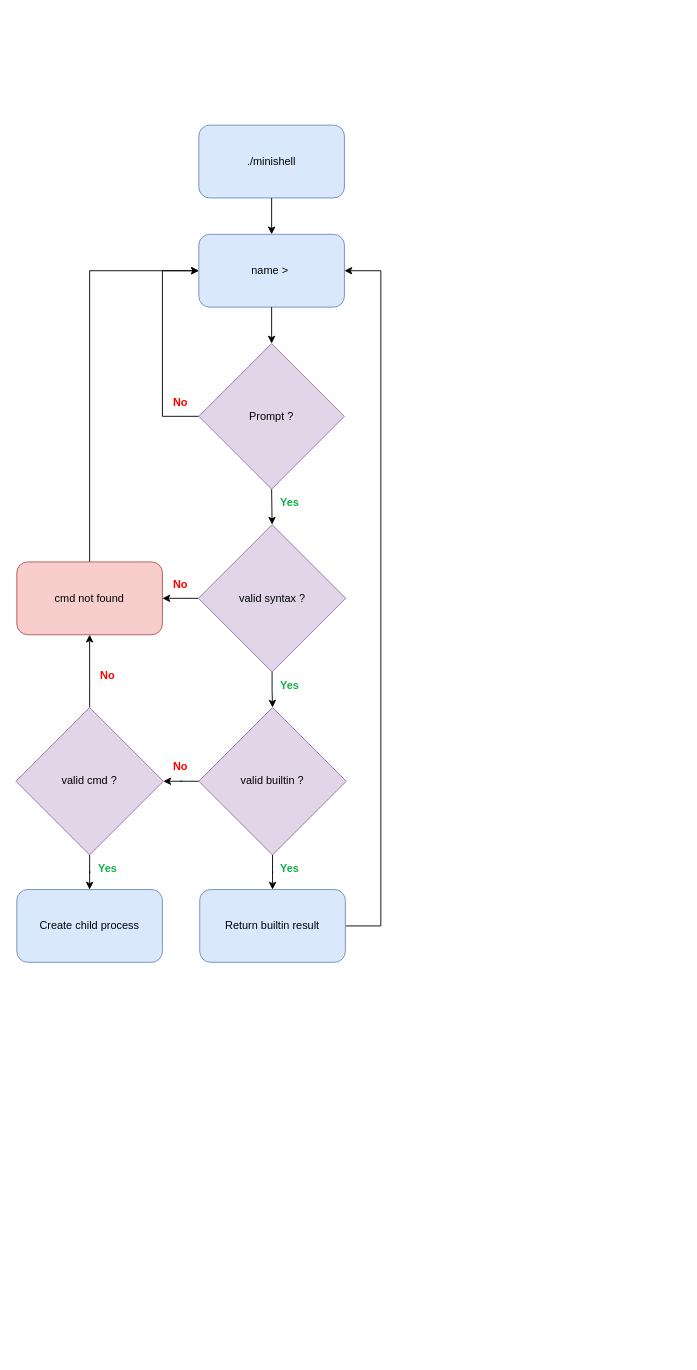
Above: minishell.drawio in JNTHNN/Minishell (draw.io), before the change. Source tidied: cells renumbered, new cells numbered last; positions are measured from the earlier drawing's top-left corner, leaving out a move shared by most shapes. Both pictures are drawn from the tidied source at 91%, with x=0, y=0 at pixel (15, 125).
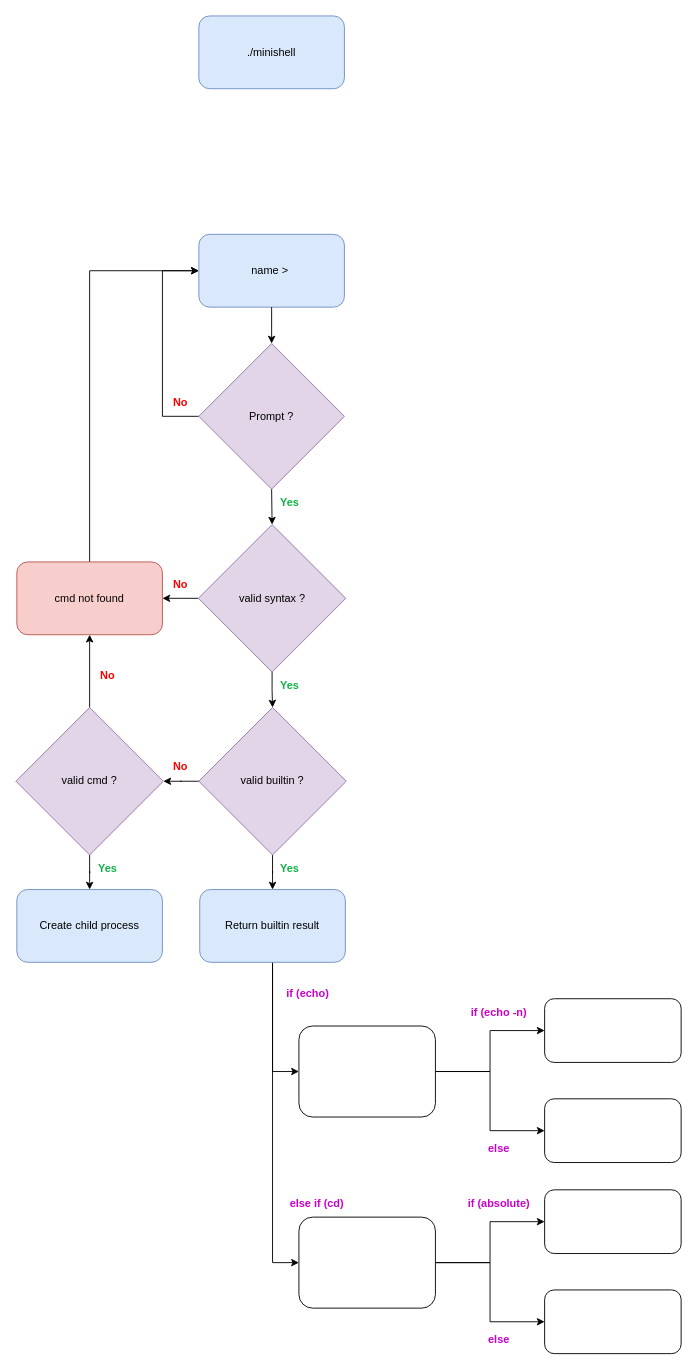
Above is the later version.

Unchanged cells that the change refers to:
```xml
<mxCell id="3" value="name &amp;gt;&amp;nbsp;" style="rounded=1;whiteSpace=wrap;html=1;fillColor=#dae8fc;strokeColor=#6c8ebf;" parent="1" vertex="1">
  <mxGeometry x="201" y="120" width="160" height="80" as="geometry" />
</mxCell>
<mxCell id="29" value="Return builtin result" style="rounded=1;whiteSpace=wrap;html=1;fillColor=#dae8fc;strokeColor=#6c8ebf;" parent="1" vertex="1">
  <mxGeometry x="202" y="840" width="160" height="80" as="geometry" />
</mxCell>
```

Change to the diagram source:
```diff
@@
     <mxCell id="2" value="./minishell" style="rounded=1;whiteSpace=wrap;html=1;fillColor=#dae8fc;strokeColor=#6c8ebf;" parent="1" vertex="1">
-      <mxGeometry x="201" width="160" height="80" as="geometry" />
+      <mxGeometry x="201" y="-120" width="160" height="80" as="geometry" />
     </mxCell>
@@
-    <mxCell id="4" style="edgeStyle=orthogonalEdgeStyle;rounded=0;jettySize=auto;html=1;exitX=0.5;exitY=1;exitDx=0;exitDy=0;entryX=0.5;entryY=0;entryDx=0;entryDy=0;" parent="1" edge="1" source="2" target="3">
-      <mxGeometry relative="1" as="geometry" />
-    </mxCell>
@@
-    <mxCell id="28" style="edgeStyle=orthogonalEdgeStyle;rounded=0;jettySize=auto;html=1;entryX=1;entryY=0.5;entryDx=0;entryDy=0;" parent="1" edge="1" source="29" target="3">
-      <mxGeometry relative="1" as="geometry">
-        <Array as="points">
-          <mxPoint x="401" y="880" />
-          <mxPoint x="401" y="160" />
-        </Array>
-      </mxGeometry>
-    </mxCell>
+    <mxCell id="31" style="edgeStyle=orthogonalEdgeStyle;rounded=0;jettySize=auto;html=1;entryX=0;entryY=0.5;entryDx=0;entryDy=0;" parent="1" edge="1" source="29" target="35">
+      <mxGeometry relative="1" as="geometry" />
+    </mxCell>
+    <mxCell id="32" style="edgeStyle=orthogonalEdgeStyle;rounded=0;jettySize=auto;html=1;exitX=0.5;exitY=1;exitDx=0;exitDy=0;entryX=0;entryY=0.5;entryDx=0;entryDy=0;" parent="1" edge="1" source="29" target="43">
+      <mxGeometry relative="1" as="geometry" />
+    </mxCell>
@@
+    <mxCell id="33" style="edgeStyle=orthogonalEdgeStyle;rounded=0;jettySize=auto;html=1;entryX=0;entryY=0.5;entryDx=0;entryDy=0;" parent="1" edge="1" source="35" target="37">
+      <mxGeometry relative="1" as="geometry" />
+    </mxCell>
+    <mxCell id="34" style="edgeStyle=orthogonalEdgeStyle;rounded=0;jettySize=auto;html=1;exitX=1;exitY=0.5;exitDx=0;exitDy=0;entryX=0;entryY=0.5;entryDx=0;entryDy=0;" parent="1" edge="1" source="35" target="38">
+      <mxGeometry relative="1" as="geometry" />
+    </mxCell>
+    <mxCell id="35" style="rounded=1;whiteSpace=wrap;html=1;" parent="1" vertex="1">
+      <mxGeometry x="311" y="990" width="150" height="100" as="geometry" />
+    </mxCell>
+    <mxCell id="36" value="&lt;font color=&quot;#cc00cc&quot;&gt;if (echo)&lt;/font&gt;" style="text;html=1;align=center;verticalAlign=middle;whiteSpace=wrap;rounded=0;fontStyle=1;fontColor=#10b146;" parent="1" vertex="1">
+      <mxGeometry x="291" y="940" width="60" height="30" as="geometry" />
+    </mxCell>
+    <mxCell id="37" style="rounded=1;whiteSpace=wrap;html=1;" parent="1" vertex="1">
+      <mxGeometry x="581" y="960" width="150" height="70" as="geometry" />
+    </mxCell>
+    <mxCell id="38" style="rounded=1;whiteSpace=wrap;html=1;" parent="1" vertex="1">
+      <mxGeometry x="581" y="1070" width="150" height="70" as="geometry" />
+    </mxCell>
+    <mxCell id="39" value="&lt;font color=&quot;#cc00cc&quot;&gt;if (echo -n)&lt;/font&gt;" style="text;html=1;align=center;verticalAlign=middle;whiteSpace=wrap;rounded=0;fontStyle=1;fontColor=#10b146;" parent="1" vertex="1">
+      <mxGeometry x="491" y="960" width="80" height="30" as="geometry" />
+    </mxCell>
+    <mxCell id="40" value="&lt;font color=&quot;#cc00cc&quot;&gt;else&lt;/font&gt;" style="text;html=1;align=center;verticalAlign=middle;whiteSpace=wrap;rounded=0;fontStyle=1;fontColor=#10b146;" parent="1" vertex="1">
+      <mxGeometry x="491" y="1110" width="80" height="30" as="geometry" />
+    </mxCell>
+    <mxCell id="41" style="edgeStyle=orthogonalEdgeStyle;rounded=0;jettySize=auto;html=1;" parent="1" edge="1" source="43" target="45">
+      <mxGeometry relative="1" as="geometry" />
+    </mxCell>
+    <mxCell id="42" style="edgeStyle=orthogonalEdgeStyle;rounded=0;jettySize=auto;html=1;exitX=1;exitY=0.5;exitDx=0;exitDy=0;entryX=0;entryY=0.5;entryDx=0;entryDy=0;" parent="1" edge="1" source="43" target="46">
+      <mxGeometry relative="1" as="geometry" />
+    </mxCell>
+    <mxCell id="43" style="rounded=1;whiteSpace=wrap;html=1;" parent="1" vertex="1">
+      <mxGeometry x="311" y="1200" width="150" height="100" as="geometry" />
+    </mxCell>
+    <mxCell id="44" value="&lt;font color=&quot;#cc00cc&quot;&gt;else if (cd)&lt;/font&gt;" style="text;html=1;align=center;verticalAlign=middle;whiteSpace=wrap;rounded=0;fontStyle=1;fontColor=#10b146;" parent="1" vertex="1">
+      <mxGeometry x="291" y="1170" width="80" height="30" as="geometry" />
+    </mxCell>
+    <mxCell id="45" style="rounded=1;whiteSpace=wrap;html=1;" parent="1" vertex="1">
+      <mxGeometry x="581" y="1170" width="150" height="70" as="geometry" />
+    </mxCell>
+    <mxCell id="46" style="rounded=1;whiteSpace=wrap;html=1;" parent="1" vertex="1">
+      <mxGeometry x="581" y="1280" width="150" height="70" as="geometry" />
+    </mxCell>
+    <mxCell id="47" value="&lt;font color=&quot;#cc00cc&quot;&gt;if (absolute)&lt;/font&gt;" style="text;html=1;align=center;verticalAlign=middle;whiteSpace=wrap;rounded=0;fontStyle=1;fontColor=#10b146;" parent="1" vertex="1">
+      <mxGeometry x="491" y="1170" width="80" height="30" as="geometry" />
+    </mxCell>
+    <mxCell id="48" value="&lt;font color=&quot;#cc00cc&quot;&gt;else&lt;/font&gt;" style="text;html=1;align=center;verticalAlign=middle;whiteSpace=wrap;rounded=0;fontStyle=1;fontColor=#10b146;" parent="1" vertex="1">
+      <mxGeometry x="491" y="1320" width="80" height="30" as="geometry" />
+    </mxCell>
```
